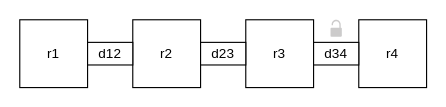
Above: Figures/AIA_Architecture/Example_1.drawio in Entze/APIA (draw.io), before the change. Source tidied: cells renumbered, new cells numbered last; positions are measured from the earlier drawing's top-left corner, leaving out a move shared by most shapes. Both pictures are drawn from the tidied source at 113%, with x=0, y=0 at pixel (19, 19).
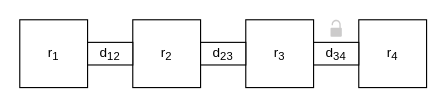
The same diagram, later.

The edit, as a diff of the source:
```diff
@@
 <mxGraphModel>
   <root>
     <mxCell id="0" />
     <mxCell id="1" parent="0" />
-    <mxCell id="2" value="r1" style="rounded=0;whiteSpace=wrap;html=1;" parent="1" vertex="1">
+    <mxCell id="2" value="r&lt;sub&gt;1&lt;/sub&gt;" style="rounded=0;whiteSpace=wrap;html=1;" parent="1" vertex="1">
       <mxGeometry width="60" height="60" as="geometry" />
     </mxCell>
-    <mxCell id="3" value="r4" style="rounded=0;whiteSpace=wrap;html=1;" parent="1" vertex="1">
+    <mxCell id="3" value="r&lt;sub&gt;4&lt;/sub&gt;" style="rounded=0;whiteSpace=wrap;html=1;" parent="1" vertex="1">
       <mxGeometry x="300" width="60" height="60" as="geometry" />
     </mxCell>
-    <mxCell id="4" value="r3" style="rounded=0;whiteSpace=wrap;html=1;" parent="1" vertex="1">
+    <mxCell id="4" value="r&lt;sub&gt;3&lt;/sub&gt;" style="rounded=0;whiteSpace=wrap;html=1;" parent="1" vertex="1">
       <mxGeometry x="200" width="60" height="60" as="geometry" />
     </mxCell>
-    <mxCell id="5" value="r2" style="rounded=0;whiteSpace=wrap;html=1;" parent="1" vertex="1">
+    <mxCell id="5" value="r&lt;sub&gt;2&lt;/sub&gt;" style="rounded=0;whiteSpace=wrap;html=1;" parent="1" vertex="1">
       <mxGeometry x="100" width="60" height="60" as="geometry" />
     </mxCell>
-    <mxCell id="6" value="&lt;div&gt;d12&lt;/div&gt;" style="rounded=0;whiteSpace=wrap;html=1;labelPosition=center;verticalLabelPosition=middle;align=center;verticalAlign=middle;" parent="1" vertex="1">
+    <mxCell id="6" value="&lt;div&gt;d&lt;sub&gt;12&lt;/sub&gt;&lt;/div&gt;" style="rounded=0;whiteSpace=wrap;html=1;labelPosition=center;verticalLabelPosition=middle;align=center;verticalAlign=middle;" parent="1" vertex="1">
       <mxGeometry x="60" y="20" width="40" height="20" as="geometry" />
     </mxCell>
-    <mxCell id="7" value="d23" style="rounded=0;whiteSpace=wrap;html=1;labelPosition=center;verticalLabelPosition=middle;align=center;verticalAlign=middle;" parent="1" vertex="1">
+    <mxCell id="7" value="d&lt;sub&gt;23&lt;/sub&gt;" style="rounded=0;whiteSpace=wrap;html=1;labelPosition=center;verticalLabelPosition=middle;align=center;verticalAlign=middle;" parent="1" vertex="1">
       <mxGeometry x="160" y="20" width="40" height="20" as="geometry" />
     </mxCell>
-    <mxCell id="8" value="d34" style="rounded=0;whiteSpace=wrap;html=1;labelPosition=center;verticalLabelPosition=middle;align=center;verticalAlign=middle;" parent="1" vertex="1">
+    <mxCell id="8" value="d&lt;sub&gt;34&lt;/sub&gt;" style="rounded=0;whiteSpace=wrap;html=1;labelPosition=center;verticalLabelPosition=middle;align=center;verticalAlign=middle;" parent="1" vertex="1">
       <mxGeometry x="260" y="20" width="40" height="20" as="geometry" />
     </mxCell>
     <mxCell id="9" style="shadow=0;dashed=0;html=1;strokeColor=none;labelPosition=center;verticalLabelPosition=bottom;verticalAlign=top;align=center;shape=mxgraph.office.security.lock_unprotected;fillColor=#CCCBCB;" parent="1" vertex="1">
       <mxGeometry x="275" width="10" height="15" as="geometry" />
     </mxCell>
   </root>
 </mxGraphModel>
```
